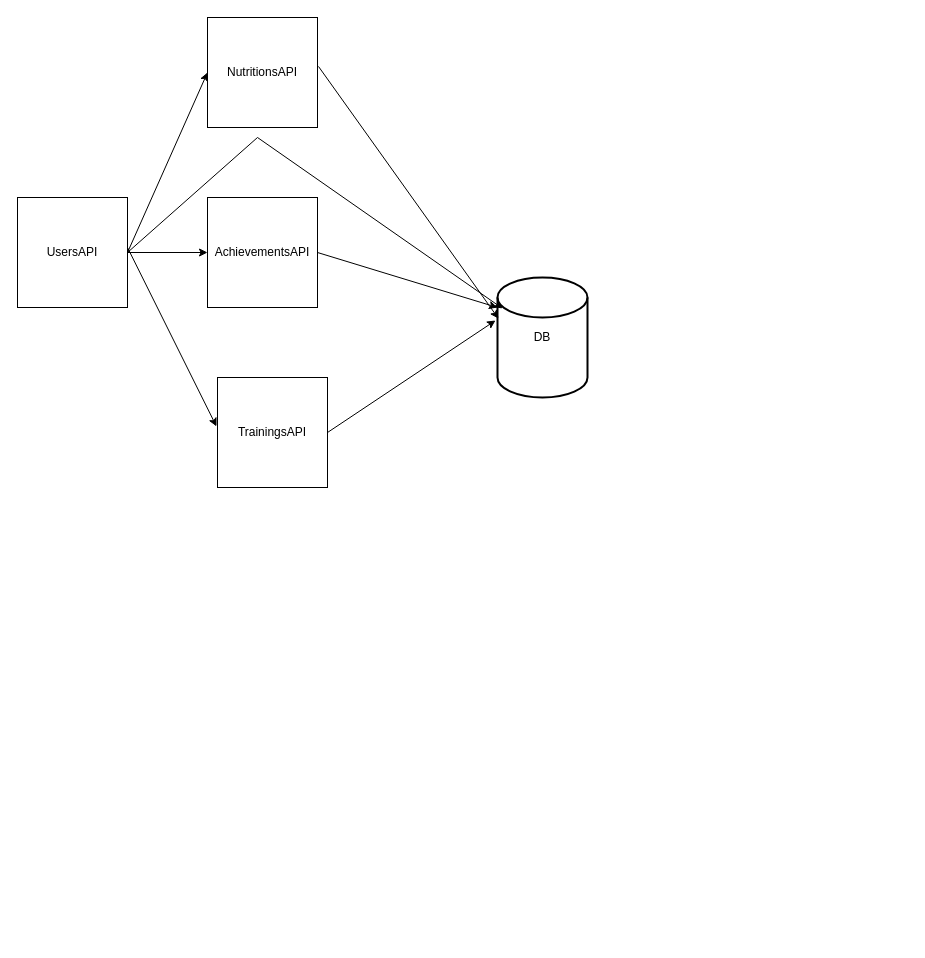
Earlier version of the draw.io diagram Диаграмма без названия.drawio (lasm16/Diagrams). Source tidied: cells renumbered, new cells numbered last; positions are measured from the earlier drawing's top-left corner, leaving out a move shared by most shapes. Both pictures are drawn from the tidied source at 100%, with x=0, y=0 at pixel (17, 17).
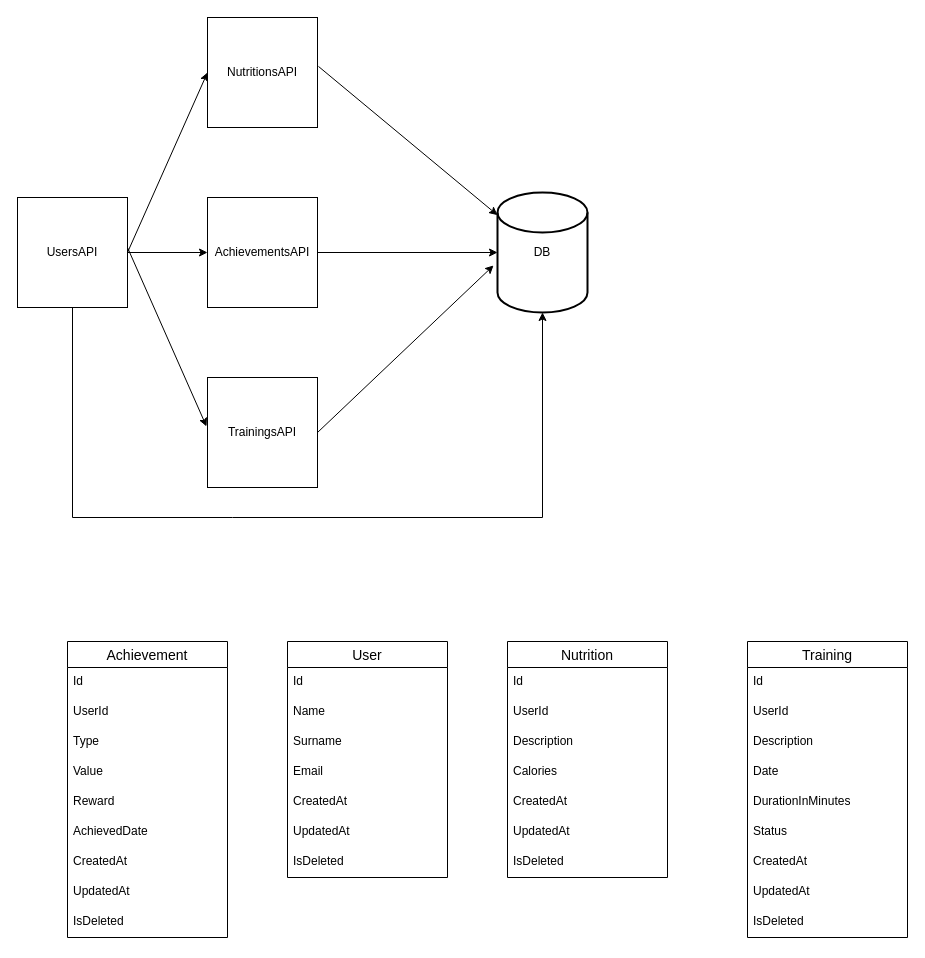
The same page after the edit.

Unchanged cells that the change refers to:
```xml
<mxCell id="3" value="NutritionsAPI" style="whiteSpace=wrap;html=1;" parent="1" vertex="1">
  <mxGeometry x="190" width="110" height="110" as="geometry" />
</mxCell>
<mxCell id="4" value="UsersAPI" style="whiteSpace=wrap;html=1;" parent="1" vertex="1">
  <mxGeometry y="180" width="110" height="110" as="geometry" />
</mxCell>
<mxCell id="5" value="AchievementsAPI" style="whiteSpace=wrap;html=1;" parent="1" vertex="1">
  <mxGeometry x="190" y="180" width="110" height="110" as="geometry" />
</mxCell>
```

What changed in the source:
```diff
@@
     <mxCell id="2" value="TrainingsAPI" style="whiteSpace=wrap;html=1;" parent="1" vertex="1">
-      <mxGeometry x="200" y="360" width="110" height="110" as="geometry" />
+      <mxGeometry x="190" y="360" width="110" height="110" as="geometry" />
     </mxCell>
@@
     <mxCell id="6" value="DB" style="strokeWidth=2;html=1;shape=mxgraph.flowchart.database;whiteSpace=wrap;" parent="1" vertex="1">
-      <mxGeometry x="480" y="260" width="90" height="120" as="geometry" />
+      <mxGeometry x="480" y="175" width="90" height="120" as="geometry" />
     </mxCell>
@@
-    <mxCell id="10" style="endArrow=classic;html=1;rounded=0;entryX=0.011;entryY=0.342;entryDx=0;entryDy=0;exitX=1.009;exitY=0.445;exitDx=0;exitDy=0;exitPerimeter=0;entryPerimeter=0;" parent="1" edge="1" source="3" target="6">
+    <mxCell id="10" style="endArrow=classic;html=1;rounded=0;exitX=1.009;exitY=0.445;exitDx=0;exitDy=0;exitPerimeter=0;" parent="1" edge="1" source="3" target="6">
       <mxGeometry relative="1" as="geometry" />
     </mxCell>
-    <mxCell id="11" style="endArrow=classic;html=1;rounded=0;exitX=1;exitY=0.5;exitDx=0;exitDy=0;" parent="1" edge="1" source="5">
-      <mxGeometry relative="1" as="geometry">
-        <mxPoint x="480" y="290" as="targetPoint" />
-      </mxGeometry>
+    <mxCell id="11" style="endArrow=classic;html=1;rounded=0;exitX=1;exitY=0.5;exitDx=0;exitDy=0;entryX=0;entryY=0.5;entryDx=0;entryDy=0;entryPerimeter=0;" parent="1" edge="1" source="5" target="6">
+      <mxGeometry relative="1" as="geometry" />
     </mxCell>
-    <mxCell id="12" style="endArrow=classic;html=1;rounded=0;entryX=-0.022;entryY=0.358;entryDx=0;entryDy=0;exitX=1;exitY=0.5;exitDx=0;exitDy=0;entryPerimeter=0;" parent="1" edge="1" source="2" target="6">
+    <mxCell id="12" style="endArrow=classic;html=1;rounded=0;entryX=-0.044;entryY=0.608;entryDx=0;entryDy=0;exitX=1;exitY=0.5;exitDx=0;exitDy=0;entryPerimeter=0;" parent="1" edge="1" source="2" target="6">
       <mxGeometry relative="1" as="geometry" />
     </mxCell>
-    <mxCell id="13" style="endArrow=classic;html=1;rounded=0;entryX=0.056;entryY=0.258;entryDx=0;entryDy=0;exitX=1;exitY=0.5;exitDx=0;exitDy=0;entryPerimeter=0;" parent="1" edge="1" source="4" target="6">
+    <mxCell id="13" style="endArrow=classic;html=1;rounded=0;exitX=0.5;exitY=1;exitDx=0;exitDy=0;entryX=0.5;entryY=1;entryDx=0;entryDy=0;entryPerimeter=0;" parent="1" edge="1" source="4" target="6">
       <mxGeometry relative="1" as="geometry">
         <Array as="points">
-          <mxPoint x="240" y="120" />
+          <mxPoint x="55" y="500" />
+          <mxPoint x="215" y="500" />
+          <mxPoint x="525" y="500" />
         </Array>
       </mxGeometry>
     </mxCell>
+    <mxCell id="14" value="Achievement" style="swimlane;fontStyle=0;horizontal=1;startSize=26;align=center;fontSize=14;" parent="1" vertex="1">
+      <mxGeometry x="50" y="624" width="160" height="296" as="geometry" />
+    </mxCell>
+    <mxCell id="15" value="Id" style="text;strokeColor=none;fillColor=none;spacingLeft=4;spacingRight=4;overflow=hidden;fontSize=12;whiteSpace=wrap;html=1;" parent="14" vertex="1">
+      <mxGeometry y="26" width="160" height="30" as="geometry" />
+    </mxCell>
+    <mxCell id="16" value="UserId" style="text;strokeColor=none;fillColor=none;spacingLeft=4;spacingRight=4;overflow=hidden;fontSize=12;whiteSpace=wrap;html=1;" parent="14" vertex="1">
+      <mxGeometry y="56" width="160" height="30" as="geometry" />
+    </mxCell>
+    <mxCell id="17" value="Type" style="text;strokeColor=none;fillColor=none;spacingLeft=4;spacingRight=4;overflow=hidden;fontSize=12;whiteSpace=wrap;html=1;" parent="14" vertex="1">
+      <mxGeometry y="86" width="160" height="30" as="geometry" />
+    </mxCell>
+    <mxCell id="18" value="Value" style="text;strokeColor=none;fillColor=none;spacingLeft=4;spacingRight=4;overflow=hidden;fontSize=12;whiteSpace=wrap;html=1;" parent="14" vertex="1">
+      <mxGeometry y="116" width="160" height="30" as="geometry" />
+    </mxCell>
+    <mxCell id="19" value="Reward" style="text;strokeColor=none;fillColor=none;spacingLeft=4;spacingRight=4;overflow=hidden;fontSize=12;whiteSpace=wrap;html=1;" parent="14" vertex="1">
+      <mxGeometry y="146" width="160" height="30" as="geometry" />
+    </mxCell>
+    <mxCell id="20" value="AchievedDate" style="text;strokeColor=none;fillColor=none;spacingLeft=4;spacingRight=4;overflow=hidden;fontSize=12;whiteSpace=wrap;html=1;" parent="14" vertex="1">
+      <mxGeometry y="176" width="160" height="30" as="geometry" />
+    </mxCell>
+    <mxCell id="21" value="CreatedAt" style="text;strokeColor=none;fillColor=none;spacingLeft=4;spacingRight=4;overflow=hidden;fontSize=12;whiteSpace=wrap;html=1;" parent="14" vertex="1">
+      <mxGeometry y="206" width="160" height="30" as="geometry" />
+    </mxCell>
+    <mxCell id="22" value="UpdatedAt" style="text;strokeColor=none;fillColor=none;spacingLeft=4;spacingRight=4;overflow=hidden;fontSize=12;whiteSpace=wrap;html=1;" parent="14" vertex="1">
+      <mxGeometry y="236" width="160" height="30" as="geometry" />
+    </mxCell>
+    <mxCell id="23" value="IsDeleted" style="text;strokeColor=none;fillColor=none;spacingLeft=4;spacingRight=4;overflow=hidden;fontSize=12;whiteSpace=wrap;html=1;" parent="14" vertex="1">
+      <mxGeometry y="266" width="160" height="30" as="geometry" />
+    </mxCell>
+    <mxCell id="24" value="Nutrition" style="swimlane;fontStyle=0;horizontal=1;startSize=26;align=center;fontSize=14;" parent="1" vertex="1">
+      <mxGeometry x="490" y="624" width="160" height="236" as="geometry" />
+    </mxCell>
+    <mxCell id="25" value="Id" style="text;strokeColor=none;fillColor=none;spacingLeft=4;spacingRight=4;overflow=hidden;fontSize=12;whiteSpace=wrap;html=1;" parent="24" vertex="1">
+      <mxGeometry y="26" width="160" height="30" as="geometry" />
+    </mxCell>
+    <mxCell id="26" value="UserId" style="text;strokeColor=none;fillColor=none;spacingLeft=4;spacingRight=4;overflow=hidden;fontSize=12;whiteSpace=wrap;html=1;" parent="24" vertex="1">
+      <mxGeometry y="56" width="160" height="30" as="geometry" />
+    </mxCell>
+    <mxCell id="27" value="Description" style="text;strokeColor=none;fillColor=none;spacingLeft=4;spacingRight=4;overflow=hidden;fontSize=12;whiteSpace=wrap;html=1;" parent="24" vertex="1">
+      <mxGeometry y="86" width="160" height="30" as="geometry" />
+    </mxCell>
+    <mxCell id="28" value="Calories" style="text;strokeColor=none;fillColor=none;spacingLeft=4;spacingRight=4;overflow=hidden;fontSize=12;whiteSpace=wrap;html=1;" parent="24" vertex="1">
+      <mxGeometry y="116" width="160" height="30" as="geometry" />
+    </mxCell>
+    <mxCell id="29" value="CreatedAt" style="text;strokeColor=none;fillColor=none;spacingLeft=4;spacingRight=4;overflow=hidden;fontSize=12;whiteSpace=wrap;html=1;" parent="24" vertex="1">
+      <mxGeometry y="146" width="160" height="30" as="geometry" />
+    </mxCell>
+    <mxCell id="30" value="UpdatedAt" style="text;strokeColor=none;fillColor=none;spacingLeft=4;spacingRight=4;overflow=hidden;fontSize=12;whiteSpace=wrap;html=1;" parent="24" vertex="1">
+      <mxGeometry y="176" width="160" height="30" as="geometry" />
+    </mxCell>
+    <mxCell id="31" value="IsDeleted" style="text;strokeColor=none;fillColor=none;spacingLeft=4;spacingRight=4;overflow=hidden;fontSize=12;whiteSpace=wrap;html=1;" parent="24" vertex="1">
+      <mxGeometry y="206" width="160" height="30" as="geometry" />
+    </mxCell>
+    <mxCell id="32" value="Training" style="swimlane;fontStyle=0;horizontal=1;startSize=26;align=center;fontSize=14;" parent="1" vertex="1">
+      <mxGeometry x="730" y="624" width="160" height="296" as="geometry" />
+    </mxCell>
+    <mxCell id="33" value="Id" style="text;strokeColor=none;fillColor=none;spacingLeft=4;spacingRight=4;overflow=hidden;fontSize=12;whiteSpace=wrap;html=1;" parent="32" vertex="1">
+      <mxGeometry y="26" width="160" height="30" as="geometry" />
+    </mxCell>
+    <mxCell id="34" value="UserId" style="text;strokeColor=none;fillColor=none;spacingLeft=4;spacingRight=4;overflow=hidden;fontSize=12;whiteSpace=wrap;html=1;" parent="32" vertex="1">
+      <mxGeometry y="56" width="160" height="30" as="geometry" />
+    </mxCell>
+    <mxCell id="35" value="Description" style="text;strokeColor=none;fillColor=none;spacingLeft=4;spacingRight=4;overflow=hidden;fontSize=12;whiteSpace=wrap;html=1;" parent="32" vertex="1">
+      <mxGeometry y="86" width="160" height="30" as="geometry" />
+    </mxCell>
+    <mxCell id="36" value="Date" style="text;strokeColor=none;fillColor=none;spacingLeft=4;spacingRight=4;overflow=hidden;fontSize=12;whiteSpace=wrap;html=1;" parent="32" vertex="1">
+      <mxGeometry y="116" width="160" height="30" as="geometry" />
+    </mxCell>
+    <mxCell id="37" value="DurationInMinutes" style="text;strokeColor=none;fillColor=none;spacingLeft=4;spacingRight=4;overflow=hidden;fontSize=12;whiteSpace=wrap;html=1;" parent="32" vertex="1">
+      <mxGeometry y="146" width="160" height="30" as="geometry" />
+    </mxCell>
+    <mxCell id="38" value="Status" style="text;strokeColor=none;fillColor=none;spacingLeft=4;spacingRight=4;overflow=hidden;fontSize=12;whiteSpace=wrap;html=1;" parent="32" vertex="1">
+      <mxGeometry y="176" width="160" height="30" as="geometry" />
+    </mxCell>
+    <mxCell id="39" value="CreatedAt" style="text;strokeColor=none;fillColor=none;spacingLeft=4;spacingRight=4;overflow=hidden;fontSize=12;whiteSpace=wrap;html=1;" parent="32" vertex="1">
+      <mxGeometry y="206" width="160" height="30" as="geometry" />
+    </mxCell>
+    <mxCell id="40" value="UpdatedAt" style="text;strokeColor=none;fillColor=none;spacingLeft=4;spacingRight=4;overflow=hidden;fontSize=12;whiteSpace=wrap;html=1;" parent="32" vertex="1">
+      <mxGeometry y="236" width="160" height="30" as="geometry" />
+    </mxCell>
+    <mxCell id="41" value="IsDeleted" style="text;strokeColor=none;fillColor=none;spacingLeft=4;spacingRight=4;overflow=hidden;fontSize=12;whiteSpace=wrap;html=1;" parent="32" vertex="1">
+      <mxGeometry y="266" width="160" height="30" as="geometry" />
+    </mxCell>
+    <mxCell id="42" value="User" style="swimlane;fontStyle=0;horizontal=1;startSize=26;align=center;fontSize=14;" parent="1" vertex="1">
+      <mxGeometry x="270" y="624" width="160" height="236" as="geometry" />
+    </mxCell>
+    <mxCell id="43" value="Id" style="text;strokeColor=none;fillColor=none;spacingLeft=4;spacingRight=4;overflow=hidden;fontSize=12;whiteSpace=wrap;html=1;" parent="42" vertex="1">
+      <mxGeometry y="26" width="160" height="30" as="geometry" />
+    </mxCell>
+    <mxCell id="44" value="Name" style="text;strokeColor=none;fillColor=none;spacingLeft=4;spacingRight=4;overflow=hidden;fontSize=12;whiteSpace=wrap;html=1;" parent="42" vertex="1">
+      <mxGeometry y="56" width="160" height="30" as="geometry" />
+    </mxCell>
+    <mxCell id="45" value="Surname" style="text;strokeColor=none;fillColor=none;spacingLeft=4;spacingRight=4;overflow=hidden;fontSize=12;whiteSpace=wrap;html=1;" parent="42" vertex="1">
+      <mxGeometry y="86" width="160" height="30" as="geometry" />
+    </mxCell>
+    <mxCell id="46" value="Email" style="text;strokeColor=none;fillColor=none;spacingLeft=4;spacingRight=4;overflow=hidden;fontSize=12;whiteSpace=wrap;html=1;" parent="42" vertex="1">
+      <mxGeometry y="116" width="160" height="30" as="geometry" />
+    </mxCell>
+    <mxCell id="47" value="CreatedAt" style="text;strokeColor=none;fillColor=none;spacingLeft=4;spacingRight=4;overflow=hidden;fontSize=12;whiteSpace=wrap;html=1;" parent="42" vertex="1">
+      <mxGeometry y="146" width="160" height="30" as="geometry" />
+    </mxCell>
+    <mxCell id="48" value="UpdatedAt" style="text;strokeColor=none;fillColor=none;spacingLeft=4;spacingRight=4;overflow=hidden;fontSize=12;whiteSpace=wrap;html=1;" parent="42" vertex="1">
+      <mxGeometry y="176" width="160" height="30" as="geometry" />
+    </mxCell>
+    <mxCell id="49" value="IsDeleted" style="text;strokeColor=none;fillColor=none;spacingLeft=4;spacingRight=4;overflow=hidden;fontSize=12;whiteSpace=wrap;html=1;" parent="42" vertex="1">
+      <mxGeometry y="206" width="160" height="30" as="geometry" />
+    </mxCell>
```
